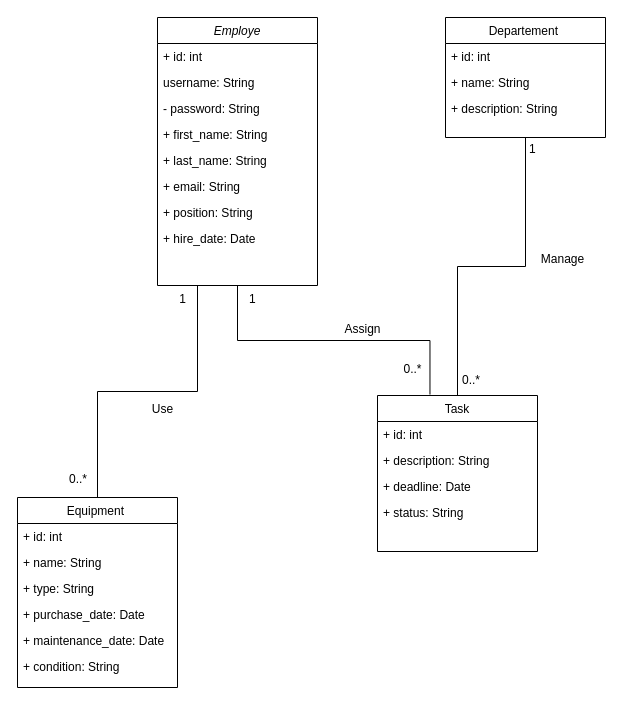
The draw.io diagram Untitled Diagram.drawio in spirithuntt/resourciumoptima, before the edit. Source tidied: cells renumbered, new cells numbered last; positions are measured from the earlier drawing's top-left corner, leaving out a move shared by most shapes. Both pictures are drawn from the tidied source at 100%, with x=0, y=0 at pixel (17, 17).
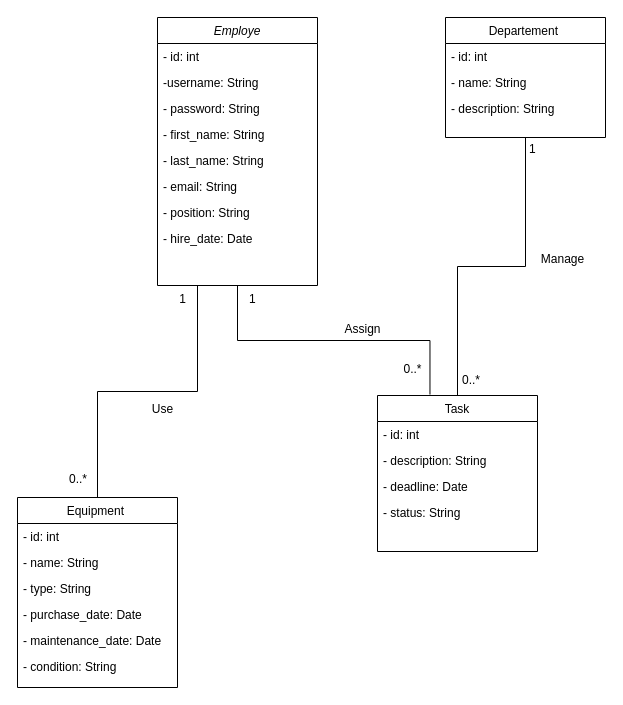
The same page after the edit.

The change refers to these unchanged cells:
```xml
<mxCell id="2" value="Employe" style="swimlane;fontStyle=2;align=center;verticalAlign=top;horizontal=1;startSize=26;rounded=0;shadow=0;strokeWidth=1;" parent="1" vertex="1">
  <mxGeometry x="140" width="160" height="268" as="geometry" />
</mxCell>
<mxCell id="11" value="Equipment " style="swimlane;fontStyle=0;align=center;verticalAlign=top;horizontal=1;startSize=26;rounded=0;shadow=0;strokeWidth=1;" parent="1" vertex="1">
  <mxGeometry y="480" width="160" height="190" as="geometry" />
</mxCell>
<mxCell id="18" value="Task" style="swimlane;fontStyle=0;align=center;verticalAlign=top;horizontal=1;startSize=26;rounded=0;shadow=0;strokeWidth=1;" parent="1" vertex="1">
  <mxGeometry x="360" y="378" width="160" height="156" as="geometry" />
</mxCell>
<mxCell id="23" value="Departement " style="swimlane;fontStyle=0;align=center;verticalAlign=top;horizontal=1;startSize=26;rounded=0;shadow=0;strokeWidth=1;" parent="1" vertex="1">
  <mxGeometry x="428" width="160" height="120" as="geometry" />
</mxCell>
```

The edit, as a diff of the source:
```diff
@@
-    <mxCell id="3" value="+ id: int&#10;" style="text;align=left;verticalAlign=top;spacingLeft=4;spacingRight=4;overflow=hidden;" parent="2" vertex="1">
+    <mxCell id="3" value="- id: int&#10;" style="text;align=left;verticalAlign=top;spacingLeft=4;spacingRight=4;overflow=hidden;" parent="2" vertex="1">
       <mxGeometry y="26" width="160" height="26" as="geometry" />
     </mxCell>
-    <mxCell id="4" value="username: String" style="text;align=left;verticalAlign=top;spacingLeft=4;spacingRight=4;overflow=hidden;rounded=0;shadow=0;html=0;" parent="2" vertex="1">
+    <mxCell id="4" value="-username: String" style="text;align=left;verticalAlign=top;spacingLeft=4;spacingRight=4;overflow=hidden;rounded=0;shadow=0;html=0;" parent="2" vertex="1">
       <mxGeometry y="52" width="160" height="26" as="geometry" />
     </mxCell>
@@
-    <mxCell id="6" value="+ first_name: String" style="text;align=left;verticalAlign=top;spacingLeft=4;spacingRight=4;overflow=hidden;rounded=0;shadow=0;html=0;" parent="2" vertex="1">
+    <mxCell id="6" value="- first_name: String" style="text;align=left;verticalAlign=top;spacingLeft=4;spacingRight=4;overflow=hidden;rounded=0;shadow=0;html=0;" parent="2" vertex="1">
       <mxGeometry y="104" width="160" height="26" as="geometry" />
     </mxCell>
-    <mxCell id="7" value="+ last_name: String" style="text;align=left;verticalAlign=top;spacingLeft=4;spacingRight=4;overflow=hidden;rounded=0;shadow=0;html=0;" parent="2" vertex="1">
+    <mxCell id="7" value="- last_name: String" style="text;align=left;verticalAlign=top;spacingLeft=4;spacingRight=4;overflow=hidden;rounded=0;shadow=0;html=0;" parent="2" vertex="1">
       <mxGeometry y="130" width="160" height="26" as="geometry" />
     </mxCell>
-    <mxCell id="8" value="+ email: String" style="text;align=left;verticalAlign=top;spacingLeft=4;spacingRight=4;overflow=hidden;rounded=0;shadow=0;html=0;" parent="2" vertex="1">
+    <mxCell id="8" value="- email: String" style="text;align=left;verticalAlign=top;spacingLeft=4;spacingRight=4;overflow=hidden;rounded=0;shadow=0;html=0;" parent="2" vertex="1">
       <mxGeometry y="156" width="160" height="26" as="geometry" />
     </mxCell>
-    <mxCell id="9" value="    + position: String&#10;&#10;" style="text;align=left;verticalAlign=top;spacingLeft=4;spacingRight=4;overflow=hidden;rounded=0;shadow=0;html=0;" parent="2" vertex="1">
+    <mxCell id="9" value="- position: String&#10;&#10;" style="text;align=left;verticalAlign=top;spacingLeft=4;spacingRight=4;overflow=hidden;rounded=0;shadow=0;html=0;" parent="2" vertex="1">
       <mxGeometry y="182" width="160" height="26" as="geometry" />
     </mxCell>
-    <mxCell id="10" value="+ hire_date: Date" style="text;align=left;verticalAlign=top;spacingLeft=4;spacingRight=4;overflow=hidden;rounded=0;shadow=0;html=0;" parent="2" vertex="1">
+    <mxCell id="10" value="- hire_date: Date" style="text;align=left;verticalAlign=top;spacingLeft=4;spacingRight=4;overflow=hidden;rounded=0;shadow=0;html=0;" parent="2" vertex="1">
       <mxGeometry y="208" width="160" height="26" as="geometry" />
     </mxCell>
@@
-    <mxCell id="12" value="+ id: int" style="text;align=left;verticalAlign=top;spacingLeft=4;spacingRight=4;overflow=hidden;" parent="11" vertex="1">
+    <mxCell id="12" value="- id: int" style="text;align=left;verticalAlign=top;spacingLeft=4;spacingRight=4;overflow=hidden;" parent="11" vertex="1">
       <mxGeometry y="26" width="160" height="26" as="geometry" />
     </mxCell>
-    <mxCell id="13" value="+ name: String" style="text;align=left;verticalAlign=top;spacingLeft=4;spacingRight=4;overflow=hidden;rounded=0;shadow=0;html=0;" parent="11" vertex="1">
+    <mxCell id="13" value="- name: String" style="text;align=left;verticalAlign=top;spacingLeft=4;spacingRight=4;overflow=hidden;rounded=0;shadow=0;html=0;" parent="11" vertex="1">
       <mxGeometry y="52" width="160" height="26" as="geometry" />
     </mxCell>
-    <mxCell id="14" value="+ type: String&#10;" style="text;align=left;verticalAlign=top;spacingLeft=4;spacingRight=4;overflow=hidden;" parent="11" vertex="1">
+    <mxCell id="14" value="- type: String&#10;" style="text;align=left;verticalAlign=top;spacingLeft=4;spacingRight=4;overflow=hidden;" parent="11" vertex="1">
       <mxGeometry y="78" width="160" height="26" as="geometry" />
     </mxCell>
-    <mxCell id="15" value="+ purchase_date: Date" style="text;align=left;verticalAlign=top;spacingLeft=4;spacingRight=4;overflow=hidden;" parent="11" vertex="1">
+    <mxCell id="15" value="- purchase_date: Date" style="text;align=left;verticalAlign=top;spacingLeft=4;spacingRight=4;overflow=hidden;" parent="11" vertex="1">
       <mxGeometry y="104" width="160" height="26" as="geometry" />
     </mxCell>
-    <mxCell id="16" value="+ maintenance_date: Date" style="text;align=left;verticalAlign=top;spacingLeft=4;spacingRight=4;overflow=hidden;" parent="11" vertex="1">
+    <mxCell id="16" value="- maintenance_date: Date" style="text;align=left;verticalAlign=top;spacingLeft=4;spacingRight=4;overflow=hidden;" parent="11" vertex="1">
       <mxGeometry y="130" width="160" height="26" as="geometry" />
     </mxCell>
-    <mxCell id="17" value="+ condition: String" style="text;align=left;verticalAlign=top;spacingLeft=4;spacingRight=4;overflow=hidden;" parent="11" vertex="1">
+    <mxCell id="17" value="- condition: String" style="text;align=left;verticalAlign=top;spacingLeft=4;spacingRight=4;overflow=hidden;" parent="11" vertex="1">
       <mxGeometry y="156" width="160" height="26" as="geometry" />
     </mxCell>
@@
-    <mxCell id="19" value="+ id: int" style="text;align=left;verticalAlign=top;spacingLeft=4;spacingRight=4;overflow=hidden;" parent="18" vertex="1">
+    <mxCell id="19" value="- id: int" style="text;align=left;verticalAlign=top;spacingLeft=4;spacingRight=4;overflow=hidden;" parent="18" vertex="1">
       <mxGeometry y="26" width="160" height="26" as="geometry" />
     </mxCell>
-    <mxCell id="20" value="+ description: String" style="text;align=left;verticalAlign=top;spacingLeft=4;spacingRight=4;overflow=hidden;" parent="18" vertex="1">
+    <mxCell id="20" value="- description: String" style="text;align=left;verticalAlign=top;spacingLeft=4;spacingRight=4;overflow=hidden;" parent="18" vertex="1">
       <mxGeometry y="52" width="160" height="26" as="geometry" />
     </mxCell>
-    <mxCell id="21" value="+ deadline: Date" style="text;align=left;verticalAlign=top;spacingLeft=4;spacingRight=4;overflow=hidden;" parent="18" vertex="1">
+    <mxCell id="21" value="- deadline: Date" style="text;align=left;verticalAlign=top;spacingLeft=4;spacingRight=4;overflow=hidden;" parent="18" vertex="1">
       <mxGeometry y="78" width="160" height="26" as="geometry" />
     </mxCell>
-    <mxCell id="22" value="+ status: String" style="text;align=left;verticalAlign=top;spacingLeft=4;spacingRight=4;overflow=hidden;" parent="18" vertex="1">
+    <mxCell id="22" value="- status: String" style="text;align=left;verticalAlign=top;spacingLeft=4;spacingRight=4;overflow=hidden;" parent="18" vertex="1">
       <mxGeometry y="104" width="160" height="26" as="geometry" />
     </mxCell>
@@
-    <mxCell id="24" value="+ id: int" style="text;align=left;verticalAlign=top;spacingLeft=4;spacingRight=4;overflow=hidden;" parent="23" vertex="1">
+    <mxCell id="24" value="- id: int" style="text;align=left;verticalAlign=top;spacingLeft=4;spacingRight=4;overflow=hidden;" parent="23" vertex="1">
       <mxGeometry y="26" width="160" height="26" as="geometry" />
     </mxCell>
-    <mxCell id="25" value="+ name: String" style="text;align=left;verticalAlign=top;spacingLeft=4;spacingRight=4;overflow=hidden;rounded=0;shadow=0;html=0;" parent="23" vertex="1">
+    <mxCell id="25" value="- name: String" style="text;align=left;verticalAlign=top;spacingLeft=4;spacingRight=4;overflow=hidden;rounded=0;shadow=0;html=0;" parent="23" vertex="1">
       <mxGeometry y="52" width="160" height="26" as="geometry" />
     </mxCell>
-    <mxCell id="26" value="+ description: String" style="text;align=left;verticalAlign=top;spacingLeft=4;spacingRight=4;overflow=hidden;rounded=0;shadow=0;html=0;" parent="23" vertex="1">
+    <mxCell id="26" value="- description: String" style="text;align=left;verticalAlign=top;spacingLeft=4;spacingRight=4;overflow=hidden;rounded=0;shadow=0;html=0;" parent="23" vertex="1">
       <mxGeometry y="78" width="160" height="26" as="geometry" />
     </mxCell>
```
